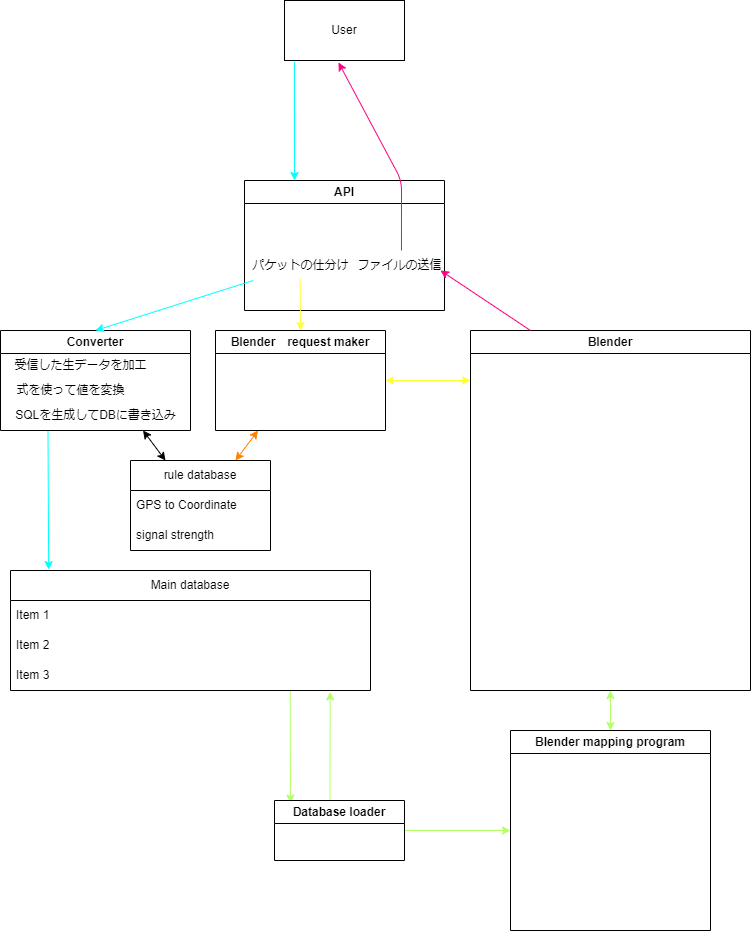
The draw.io diagram setting/main.drawio.png in nanten-pi/PLATEAUpront, before a commit. Source tidied: cells renumbered, new cells last; positions are measured from the earlier drawing's top-left corner, leaving out a move shared by most shapes.
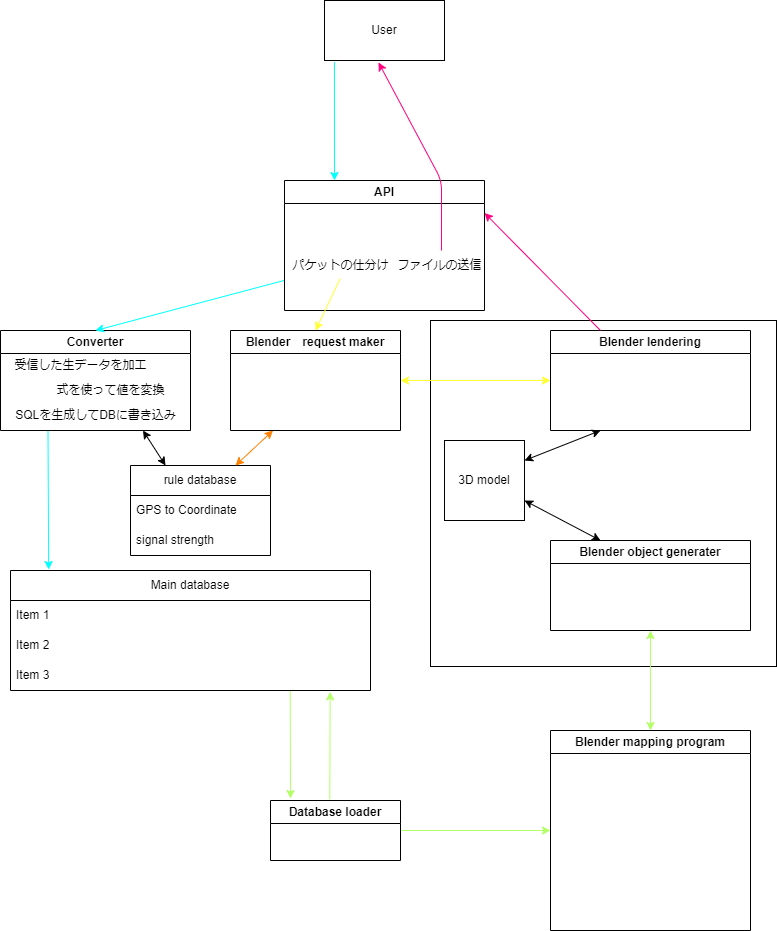
The same file after the commit.

Commit message:
コンテナ化

The edit, as a diff of the source:
```diff
@@ -2,6 +2,9 @@
   <root>
     <mxCell id="0" />
     <mxCell id="1" parent="0" />
+    <mxCell id="34" style="whiteSpace=wrap;html=1;" parent="1" vertex="1">
+      <mxGeometry x="390" y="320" width="346" height="346" as="geometry" />
+    </mxCell>
     <mxCell id="2" value="User" style="rounded=0;whiteSpace=wrap;html=1;" parent="1" vertex="1">
       <mxGeometry x="284" width="120" height="60" as="geometry" />
     </mxCell>
@@ -25,13 +28,13 @@
       <mxGeometry relative="1" as="geometry" />
     </mxCell>
     <mxCell id="8" value="Blender　request maker" style="swimlane;whiteSpace=wrap;html=1;" parent="1" vertex="1">
-      <mxGeometry x="215" y="330" width="170" height="100" as="geometry" />
+      <mxGeometry x="190" y="330" width="170" height="100" as="geometry" />
     </mxCell>
     <mxCell id="9" style="edgeStyle=none;html=1;exitX=0.25;exitY=1;exitDx=0;exitDy=0;entryX=0.106;entryY=-0.008;entryDx=0;entryDy=0;entryPerimeter=0;strokeColor=#00FFFF;" parent="1" edge="1" source="10" target="20">
       <mxGeometry relative="1" as="geometry" />
     </mxCell>
     <mxCell id="10" value="Converter" style="swimlane;whiteSpace=wrap;html=1;" parent="1" vertex="1">
-      <mxGeometry y="330" width="190" height="100" as="geometry" />
+      <mxGeometry x="-40" y="330" width="190" height="100" as="geometry" />
     </mxCell>
     <mxCell id="11" value="受信した生データを加工" style="text;html=1;align=center;verticalAlign=middle;strokeColor=none;fillColor=none;" parent="10" vertex="1">
       <mxGeometry y="20" width="160" height="30" as="geometry" />
@@ -43,7 +46,7 @@
       <mxGeometry relative="1" as="geometry" />
     </mxCell>
     <mxCell id="14" value="rule database" style="swimlane;fontStyle=0;horizontal=1;startSize=30;whiteSpace=wrap;html=1;" parent="1" vertex="1">
-      <mxGeometry x="130" y="460" width="140" height="90" as="geometry" />
+      <mxGeometry x="90" y="465" width="140" height="90" as="geometry" />
     </mxCell>
     <mxCell id="15" value="GPS to&amp;nbsp;&lt;span style=&quot;background-color: initial;&quot;&gt;Coordinate&lt;/span&gt;" style="text;strokeColor=none;fillColor=none;align=left;verticalAlign=middle;spacingLeft=4;spacingRight=4;overflow=hidden;whiteSpace=wrap;html=1;" parent="14" vertex="1">
       <mxGeometry y="30" width="140" height="30" as="geometry" />
@@ -57,11 +60,11 @@
     <mxCell id="18" style="endArrow=classic;startArrow=classic;html=1;exitX=0.75;exitY=0;exitDx=0;exitDy=0;entryX=0.25;entryY=1;entryDx=0;entryDy=0;strokeColor=#FF8000;" parent="1" edge="1" source="14" target="8">
       <mxGeometry relative="1" as="geometry" />
     </mxCell>
-    <mxCell id="19" style="edgeStyle=none;html=1;exitX=0.777;exitY=1.008;exitDx=0;exitDy=0;entryX=0.123;entryY=0.044;entryDx=0;entryDy=0;strokeColor=#B3FF66;exitPerimeter=0;entryPerimeter=0;fillColor=#60a917;" parent="1" edge="1" source="23" target="26">
+    <mxCell id="19" style="edgeStyle=none;html=1;exitX=0.777;exitY=1.008;exitDx=0;exitDy=0;entryX=0.154;entryY=-0.033;entryDx=0;entryDy=0;strokeColor=#B3FF66;exitPerimeter=0;entryPerimeter=0;fillColor=#60a917;" parent="1" edge="1" source="23" target="26">
       <mxGeometry relative="1" as="geometry" />
     </mxCell>
     <mxCell id="20" value="Main database" style="swimlane;fontStyle=0;horizontal=1;startSize=30;whiteSpace=wrap;html=1;" parent="1" vertex="1">
-      <mxGeometry x="10" y="570" width="360" height="120" as="geometry" />
+      <mxGeometry x="-30" y="570" width="360" height="120" as="geometry" />
     </mxCell>
     <mxCell id="21" value="Item 1" style="text;strokeColor=none;fillColor=none;align=left;verticalAlign=middle;spacingLeft=4;spacingRight=4;overflow=hidden;whiteSpace=wrap;html=1;" parent="20" vertex="1">
       <mxGeometry y="30" width="360" height="30" as="geometry" />
@@ -72,28 +75,23 @@
     <mxCell id="23" value="Item 3" style="text;strokeColor=none;fillColor=none;align=left;verticalAlign=middle;spacingLeft=4;spacingRight=4;overflow=hidden;points=[[0,0.5],[1,0.5]];portConstraint=eastwest;whiteSpace=wrap;html=1;" parent="20" vertex="1">
       <mxGeometry y="90" width="360" height="30" as="geometry" />
     </mxCell>
-    <mxCell id="24" style="edgeStyle=none;html=1;exitX=0.427;exitY=0.028;exitDx=0;exitDy=0;strokeColor=#B3FF66;fillColor=#60a917;entryX=0.888;entryY=1.045;entryDx=0;entryDy=0;entryPerimeter=0;exitPerimeter=0;" parent="1" edge="1" source="26" target="23">
+    <mxCell id="24" style="edgeStyle=none;html=1;exitX=0.456;exitY=-0.017;exitDx=0;exitDy=0;strokeColor=#B3FF66;fillColor=#60a917;entryX=0.888;entryY=1.045;entryDx=0;entryDy=0;entryPerimeter=0;exitPerimeter=0;" parent="1" edge="1" source="26" target="23">
       <mxGeometry relative="1" as="geometry" />
     </mxCell>
     <mxCell id="25" style="edgeStyle=none;html=1;exitX=1;exitY=0.5;exitDx=0;exitDy=0;entryX=0;entryY=0.5;entryDx=0;entryDy=0;strokeColor=#B3FF66;fillColor=#60a917;" parent="1" edge="1" source="26" target="32">
       <mxGeometry relative="1" as="geometry" />
     </mxCell>
     <mxCell id="26" value="Database loader" style="swimlane;whiteSpace=wrap;html=1;" parent="1" vertex="1">
-      <mxGeometry x="274" y="800" width="130" height="60" as="geometry" />
+      <mxGeometry x="230" y="800" width="130" height="60" as="geometry" />
     </mxCell>
-    <mxCell id="27" value="Blender" style="swimlane;whiteSpace=wrap;html=1;" parent="1" vertex="1">
-      <mxGeometry x="470" y="330" width="280" height="360" as="geometry" />
+    <mxCell id="27" value="Blender lendering" style="swimlane;whiteSpace=wrap;html=1;" parent="1" vertex="1">
+      <mxGeometry x="510" y="330" width="200" height="100" as="geometry" />
     </mxCell>
-    <mxCell id="28" style="endArrow=classic;startArrow=classic;html=1;exitX=1;exitY=0.5;exitDx=0;exitDy=0;strokeColor=#FFFF33;" parent="1" edge="1" source="8">
-      <mxGeometry relative="1" as="geometry">
-        <mxPoint x="470" y="380" as="targetPoint" />
-      </mxGeometry>
+    <mxCell id="28" style="endArrow=classic;startArrow=classic;html=1;exitX=1;exitY=0.5;exitDx=0;exitDy=0;strokeColor=#FFFF33;entryX=0;entryY=0.5;entryDx=0;entryDy=0;" parent="1" edge="1" source="8" target="27">
+      <mxGeometry relative="1" as="geometry" />
     </mxCell>
-    <mxCell id="29" style="endArrow=classic;html=1;strokeColor=#FF0080;" parent="1" edge="1">
-      <mxGeometry relative="1" as="geometry">
-        <mxPoint x="530" y="330" as="sourcePoint" />
-        <mxPoint x="440" y="270" as="targetPoint" />
-      </mxGeometry>
+    <mxCell id="29" style="endArrow=classic;html=1;strokeColor=#FF0080;entryX=1;entryY=0.25;entryDx=0;entryDy=0;exitX=0.25;exitY=0;exitDx=0;exitDy=0;" parent="1" edge="1" source="27" target="3">
+      <mxGeometry relative="1" as="geometry" />
     </mxCell>
     <mxCell id="30" style="endArrow=classic;html=1;entryX=0.25;entryY=0;entryDx=0;entryDy=0;exitX=0.083;exitY=1.025;exitDx=0;exitDy=0;exitPerimeter=0;fillColor=#0050ef;strokeColor=#00FFFF;" parent="1" edge="1" source="2" target="3">
       <mxGeometry relative="1" as="geometry" />
@@ -104,8 +102,20 @@
     <mxCell id="32" value="Blender mapping program" style="swimlane;whiteSpace=wrap;html=1;" parent="1" vertex="1">
       <mxGeometry x="510" y="730" width="200" height="200" as="geometry" />
     </mxCell>
-    <mxCell id="33" style="endArrow=classic;startArrow=classic;html=1;exitX=0.5;exitY=1;exitDx=0;exitDy=0;entryX=0.5;entryY=0;entryDx=0;entryDy=0;strokeColor=#B3FF66;" parent="1" edge="1" source="27" target="32">
+    <mxCell id="33" style="endArrow=classic;startArrow=classic;html=1;entryX=0.5;entryY=0;entryDx=0;entryDy=0;strokeColor=#B3FF66;exitX=0.5;exitY=1;exitDx=0;exitDy=0;" parent="1" edge="1" source="35" target="32">
       <mxGeometry relative="1" as="geometry" />
     </mxCell>
+    <mxCell id="35" value="Blender object generater" style="swimlane;whiteSpace=wrap;html=1;" parent="1" vertex="1">
+      <mxGeometry x="510" y="540" width="200" height="90" as="geometry" />
+    </mxCell>
+    <mxCell id="36" value="3D model" style="whiteSpace=wrap;html=1;" parent="1" vertex="1">
+      <mxGeometry x="404" y="440" width="80" height="80" as="geometry" />
+    </mxCell>
+    <mxCell id="37" style="endArrow=classic;startArrow=classic;html=1;exitX=1;exitY=0.25;exitDx=0;exitDy=0;entryX=0.25;entryY=1;entryDx=0;entryDy=0;" parent="1" edge="1" source="36" target="27">
+      <mxGeometry relative="1" as="geometry" />
+    </mxCell>
+    <mxCell id="38" style="endArrow=classic;startArrow=classic;html=1;entryX=0.25;entryY=0;entryDx=0;entryDy=0;exitX=1;exitY=0.75;exitDx=0;exitDy=0;" parent="1" edge="1" source="36" target="35">
+      <mxGeometry relative="1" as="geometry" />
+    </mxCell>
   </root>
 </mxGraphModel>
```
